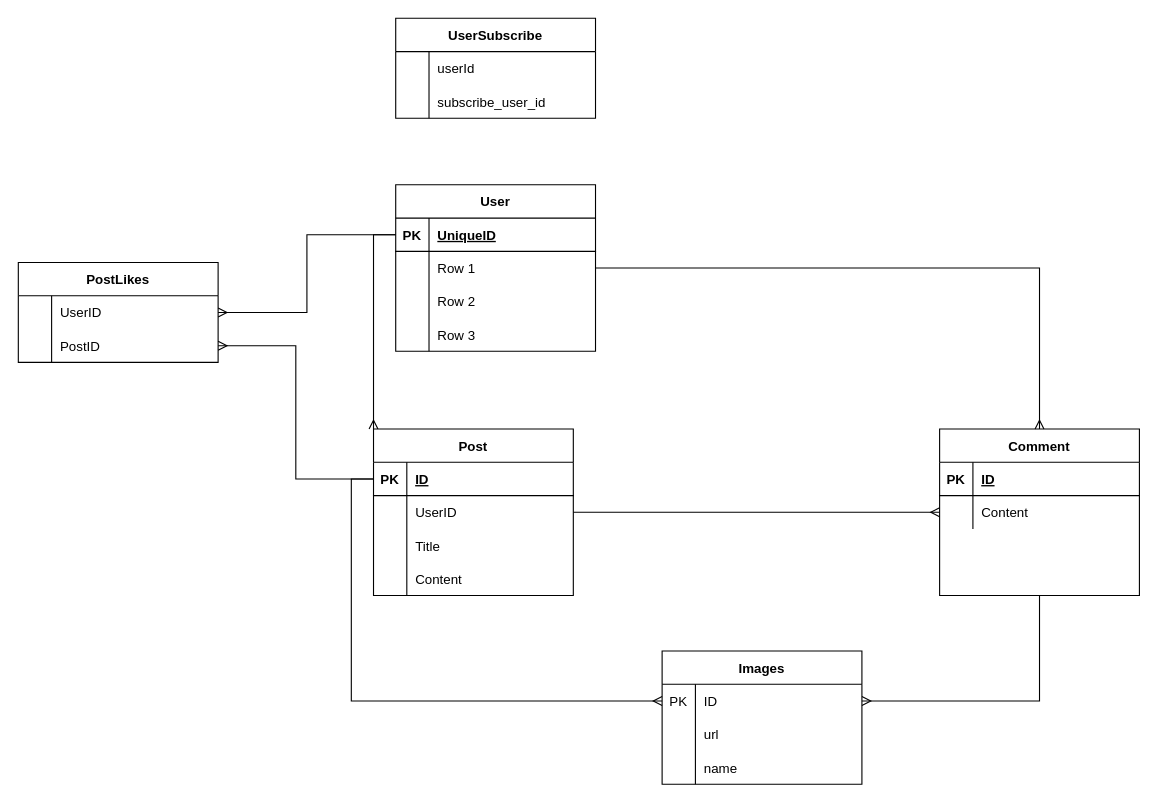
Above: Диаграмма без названия.drawio in Dulatbay/exNasaApp (draw.io), before the change. Source tidied: cells renumbered, new cells numbered last; positions are measured from the earlier drawing's top-left corner, leaving out a move shared by most shapes. Both pictures are drawn from the tidied source at 111%, with x=0, y=0 at pixel (18, 18).
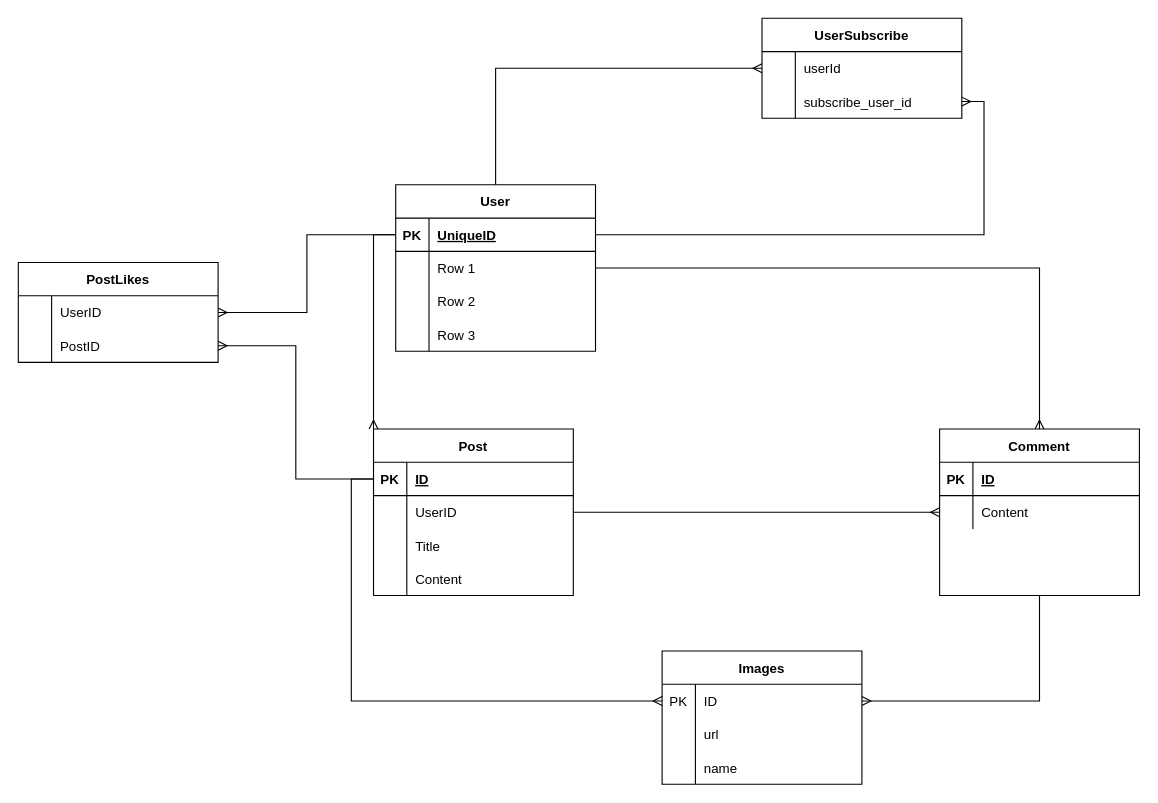
The same page after the edit.

The change refers to these unchanged cells:
```xml
<mxCell id="32" style="shape=tableRow;horizontal=0;startSize=0;swimlaneHead=0;swimlaneBody=0;fillColor=none;points=[[0,0.5],[1,0.5]];portConstraint=eastwest;top=0;left=0;right=0;bottom=0;" parent="31" vertex="1">
  <mxGeometry y="30" width="180" height="30" as="geometry" />
</mxCell>
<mxCell id="35" style="shape=tableRow;horizontal=0;startSize=0;swimlaneHead=0;swimlaneBody=0;fillColor=none;points=[[0,0.5],[1,0.5]];portConstraint=eastwest;top=0;left=0;right=0;bottom=0;" parent="31" vertex="1">
  <mxGeometry y="60" width="180" height="30" as="geometry" />
</mxCell>
<mxCell id="51" value="User" style="shape=table;startSize=30;childLayout=tableLayout;rowLines=0;fontStyle=1;align=center;" parent="1" vertex="1">
  <mxGeometry x="340" y="150" width="180" height="150" as="geometry" />
</mxCell>
<mxCell id="52" style="shape=tableRow;horizontal=0;startSize=0;swimlaneHead=0;swimlaneBody=0;fillColor=none;points=[[0,0.5],[1,0.5]];portConstraint=eastwest;top=0;left=0;right=0;bottom=1;" parent="51" vertex="1">
  <mxGeometry y="30" width="180" height="30" as="geometry" />
</mxCell>
```

Change to the diagram source:
```diff
@@
     <mxCell id="31" value="UserSubscribe" style="shape=table;startSize=30;childLayout=tableLayout;rowLines=0;fontStyle=1;align=center;" parent="1" vertex="1">
-      <mxGeometry x="340" width="180" height="90" as="geometry" />
+      <mxGeometry x="670" width="180" height="90" as="geometry" />
     </mxCell>
@@
+    <mxCell id="66" style="edgeStyle=orthogonalEdgeStyle;rounded=0;jettySize=auto;html=1;entryX=0;entryY=0.5;entryDx=0;entryDy=0;endArrow=ERmany;endFill=0;" parent="1" edge="1" source="51" target="32">
+      <mxGeometry relative="1" as="geometry" />
+    </mxCell>
@@
+    <mxCell id="67" style="edgeStyle=orthogonalEdgeStyle;rounded=0;jettySize=auto;html=1;entryX=1;entryY=0.5;entryDx=0;entryDy=0;endArrow=ERmany;endFill=0;" parent="1" edge="1" source="52" target="35">
+      <mxGeometry relative="1" as="geometry" />
+    </mxCell>
```
